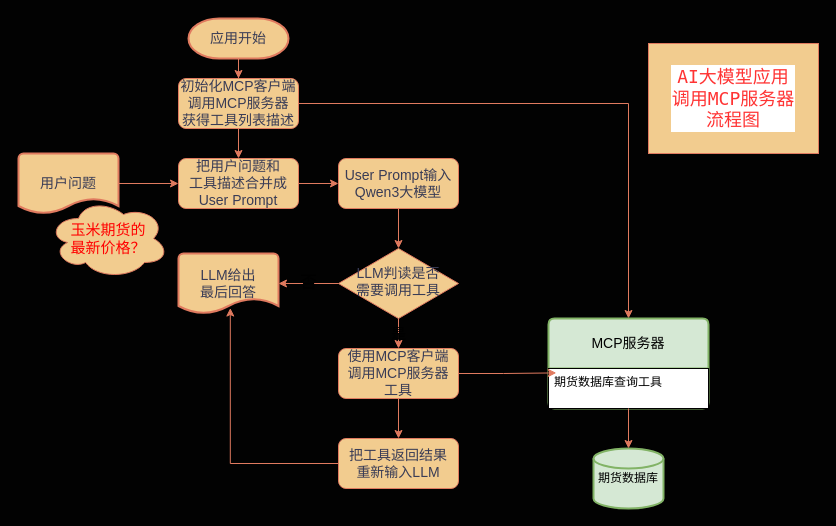
Before: MCP-LLM/未命名绘图.drawio in iniunet/Explore-MCP, a draw.io diagram. Source tidied: cells renumbered, new cells numbered last; positions are measured from the earlier drawing's top-left corner, leaving out a move shared by most shapes. Both pictures are drawn from the tidied source at 100%, with x=0, y=0 at pixel (18, 18).
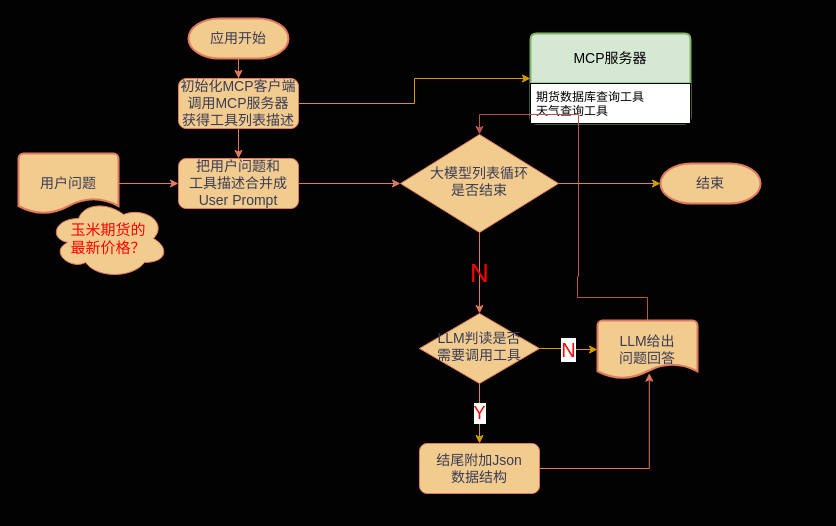
After the change.

Commit message:
更新未命名绘图.drawio

The change refers to these unchanged cells:
```xml
<mxCell id="4" value="&lt;font style=&quot;font-size: 14px;&quot;&gt;初始化MCP客户端&lt;/font&gt;&lt;div&gt;&lt;font style=&quot;font-size: 14px;&quot;&gt;调用MCP服务器&lt;/font&gt;&lt;/div&gt;&lt;div&gt;&lt;font style=&quot;font-size: 14px;&quot;&gt;获得工具列表描述&lt;/font&gt;&lt;/div&gt;" style="rounded=1;whiteSpace=wrap;html=1;fontSize=12;glass=0;strokeWidth=1;shadow=0;labelBackgroundColor=none;fillColor=#F2CC8F;strokeColor=#E07A5F;fontColor=#393C56;" parent="1" vertex="1">
  <mxGeometry x="160" y="60" width="120" height="50" as="geometry" />
</mxCell>
<mxCell id="10" value="&lt;span style=&quot;font-size: 14px;&quot;&gt;把用户问题和&lt;/span&gt;&lt;div&gt;&lt;span style=&quot;font-size: 14px;&quot;&gt;工具描述合并成&lt;/span&gt;&lt;/div&gt;&lt;div&gt;&lt;span style=&quot;font-size: 14px;&quot;&gt;User Prompt&lt;/span&gt;&lt;/div&gt;" style="rounded=1;whiteSpace=wrap;html=1;fontSize=12;glass=0;strokeWidth=1;shadow=0;labelBackgroundColor=none;fillColor=#F2CC8F;strokeColor=#E07A5F;fontColor=#393C56;" parent="1" vertex="1">
  <mxGeometry x="160" y="140" width="120" height="50" as="geometry" />
</mxCell>
```

Change to the diagram source:
```diff
@@
-    <mxCell id="3" style="edgeStyle=orthogonalEdgeStyle;rounded=0;jettySize=auto;html=1;entryX=0.5;entryY=0;entryDx=0;entryDy=0;strokeColor=#E07A5F;fontColor=#393C56;fillColor=#F2CC8F;" parent="1" edge="1" source="4" target="15">
+    <mxCell id="3" style="edgeStyle=orthogonalEdgeStyle;rounded=0;jettySize=auto;html=1;entryX=0;entryY=0.5;entryDx=0;entryDy=0;fillColor=#ffe6cc;strokeColor=#d79b00;" parent="1" edge="1" source="4" target="15">
       <mxGeometry relative="1" as="geometry" />
     </mxCell>
@@
-    <mxCell id="5" value="&lt;font style=&quot;font-size: 15px;&quot;&gt;是&lt;/font&gt;" style="edgeStyle=orthogonalEdgeStyle;rounded=0;jettySize=auto;html=1;labelBackgroundColor=none;strokeColor=#E07A5F;fontColor=default;" parent="1" edge="1" source="6" target="22">
-      <mxGeometry relative="1" as="geometry" />
-    </mxCell>
+    <mxCell id="28" value="&lt;font style=&quot;color: light-dark(rgb(245, 10, 10), rgb(237, 237, 237)); font-size: 18px;&quot;&gt;Y&lt;/font&gt;" style="edgeStyle=orthogonalEdgeStyle;rounded=0;jettySize=auto;html=1;entryX=0.5;entryY=0;entryDx=0;entryDy=0;fillColor=#ffe6cc;strokeColor=#d79b00;" parent="1" edge="1" source="6" target="24">
+      <mxGeometry relative="1" as="geometry" />
+    </mxCell>
     <mxCell id="6" value="LLM判读是否&lt;div&gt;需要调用工具&lt;/div&gt;" style="rhombus;whiteSpace=wrap;html=1;shadow=0;fontFamily=Helvetica;fontSize=14;align=center;strokeWidth=1;spacing=6;spacingTop=-4;labelBackgroundColor=none;fillColor=#F2CC8F;strokeColor=#E07A5F;fontColor=#393C56;" parent="1" vertex="1">
-      <mxGeometry x="320" y="230" width="120" height="70" as="geometry" />
+      <mxGeometry x="401" y="295" width="120" height="70" as="geometry" />
     </mxCell>
@@
-    <mxCell id="9" style="edgeStyle=orthogonalEdgeStyle;rounded=0;jettySize=auto;html=1;entryX=0;entryY=0.5;entryDx=0;entryDy=0;labelBackgroundColor=none;strokeColor=#E07A5F;fontColor=default;" parent="1" edge="1" source="10" target="12">
+    <mxCell id="9" style="edgeStyle=orthogonalEdgeStyle;rounded=0;jettySize=auto;html=1;entryX=0;entryY=0.5;entryDx=0;entryDy=0;labelBackgroundColor=none;strokeColor=#E07A5F;fontColor=default;" parent="1" edge="1" source="10" target="30">
       <mxGeometry relative="1" as="geometry" />
     </mxCell>
@@
-    <mxCell id="11" style="edgeStyle=orthogonalEdgeStyle;rounded=0;jettySize=auto;html=1;entryX=0.5;entryY=0;entryDx=0;entryDy=0;labelBackgroundColor=none;strokeColor=#E07A5F;fontColor=default;" parent="1" edge="1" source="12" target="6">
+    <mxCell id="11" value="&lt;font style=&quot;font-size: 26px; color: light-dark(rgb(255, 0, 0), rgb(237, 237, 237));&quot;&gt;N&lt;/font&gt;" style="edgeStyle=orthogonalEdgeStyle;rounded=0;jettySize=auto;html=1;entryX=0.5;entryY=0;entryDx=0;entryDy=0;labelBackgroundColor=none;strokeColor=#E07A5F;fontColor=default;exitX=0.5;exitY=1;exitDx=0;exitDy=0;" parent="1" edge="1" source="30" target="6">
       <mxGeometry relative="1" as="geometry" />
     </mxCell>
-    <mxCell id="12" value="&lt;span style=&quot;font-size: 14px;&quot;&gt;User Prompt输入&lt;/span&gt;&lt;div&gt;&lt;span style=&quot;font-size: 14px;&quot;&gt;Qwen3大模型&lt;/span&gt;&lt;/div&gt;" style="rounded=1;whiteSpace=wrap;html=1;fontSize=12;glass=0;strokeWidth=1;shadow=0;labelBackgroundColor=none;fillColor=#F2CC8F;strokeColor=#E07A5F;fontColor=#393C56;" parent="1" vertex="1">
-      <mxGeometry x="320" y="140" width="120" height="50" as="geometry" />
-    </mxCell>
@@
     <mxCell id="15" value="MCP服务器" style="swimlane;horizontal=1;startSize=50;rounded=1;fontSize=14;fontStyle=0;strokeWidth=2;shadow=0;dashed=0;align=center;arcSize=4;whiteSpace=wrap;html=1;labelBackgroundColor=none;fillColor=#d5e8d4;strokeColor=#82b366;" parent="1" vertex="1">
-      <mxGeometry x="530" y="300" width="160" height="90" as="geometry" />
+      <mxGeometry x="512" y="15" width="160" height="90" as="geometry" />
     </mxCell>
-    <mxCell id="16" value="&lt;span style=&quot;background-color: light-dark(#ffffff, var(--ge-dark-color, #121212));&quot;&gt;期货数据库查询工具&lt;/span&gt;&lt;div&gt;&lt;br&gt;&lt;/div&gt;" style="align=left;spacingLeft=4;spacingRight=4;fontSize=12;verticalAlign=top;html=1;whiteSpace=wrap;labelBackgroundColor=none;" parent="15" vertex="1">
+    <mxCell id="16" value="&lt;span style=&quot;background-color: light-dark(#ffffff, var(--ge-dark-color, #121212));&quot;&gt;期货数据库查询工具&lt;/span&gt;&lt;div&gt;天气查询工具&lt;/div&gt;" style="align=left;spacingLeft=4;spacingRight=4;fontSize=12;verticalAlign=top;html=1;whiteSpace=wrap;labelBackgroundColor=none;" parent="15" vertex="1">
       <mxGeometry y="50" width="160" height="40" as="geometry" />
     </mxCell>
-    <mxCell id="17" value="期货数据库" style="strokeWidth=2;html=1;shape=mxgraph.flowchart.database;whiteSpace=wrap;labelBackgroundColor=none;fillColor=#d5e8d4;strokeColor=#82b366;" parent="1" vertex="1">
-      <mxGeometry x="575" y="430" width="70" height="60" as="geometry" />
-    </mxCell>
-    <mxCell id="18" style="edgeStyle=orthogonalEdgeStyle;rounded=0;jettySize=auto;html=1;entryX=0.5;entryY=0;entryDx=0;entryDy=0;entryPerimeter=0;labelBackgroundColor=none;strokeColor=#E07A5F;fontColor=default;" parent="1" edge="1" source="16" target="17">
-      <mxGeometry relative="1" as="geometry" />
-    </mxCell>
+    <mxCell id="29" style="edgeStyle=orthogonalEdgeStyle;rounded=0;jettySize=auto;html=1;entryX=0.5;entryY=0;entryDx=0;entryDy=0;fillColor=#f8cecc;strokeColor=#b85450;" parent="1" edge="1" source="19" target="30">
+      <mxGeometry relative="1" as="geometry">
+        <Array as="points">
+          <mxPoint x="629" y="279" />
+          <mxPoint x="559" y="279" />
+          <mxPoint x="559" y="258" />
+          <mxPoint x="560" y="96" />
+          <mxPoint x="461" y="96" />
+        </Array>
+      </mxGeometry>
+    </mxCell>
-    <mxCell id="19" value="&lt;span style=&quot;font-size: 14px;&quot;&gt;LLM给出&lt;/span&gt;&lt;div&gt;&lt;span style=&quot;font-size: 14px;&quot;&gt;最后回答&lt;/span&gt;&lt;/div&gt;" style="strokeWidth=2;html=1;shape=mxgraph.flowchart.document2;whiteSpace=wrap;size=0.25;labelBackgroundColor=none;fillColor=#F2CC8F;strokeColor=#E07A5F;fontColor=#393C56;" parent="1" vertex="1">
-      <mxGeometry x="160" y="235" width="100" height="60" as="geometry" />
+    <mxCell id="19" value="&lt;span style=&quot;font-size: 14px;&quot;&gt;LLM给出&lt;/span&gt;&lt;div&gt;&lt;span style=&quot;font-size: 14px;&quot;&gt;问题回答&lt;/span&gt;&lt;/div&gt;" style="strokeWidth=2;html=1;shape=mxgraph.flowchart.document2;whiteSpace=wrap;size=0.25;labelBackgroundColor=none;fillColor=#F2CC8F;strokeColor=#E07A5F;fontColor=#393C56;" parent="1" vertex="1">
+      <mxGeometry x="579" y="302" width="100" height="58" as="geometry" />
     </mxCell>
-    <mxCell id="20" value="&lt;font style=&quot;font-size: 17px;&quot;&gt;否&lt;/font&gt;" style="edgeStyle=orthogonalEdgeStyle;rounded=0;jettySize=auto;html=1;entryX=1;entryY=0.5;entryDx=0;entryDy=0;entryPerimeter=0;labelBackgroundColor=none;strokeColor=#E07A5F;fontColor=default;" parent="1" edge="1" source="6" target="19">
-      <mxGeometry relative="1" as="geometry" />
-    </mxCell>
-    <mxCell id="21" style="edgeStyle=orthogonalEdgeStyle;rounded=0;jettySize=auto;html=1;entryX=0.5;entryY=0;entryDx=0;entryDy=0;labelBackgroundColor=none;strokeColor=#E07A5F;fontColor=default;" parent="1" edge="1" source="22" target="24">
-      <mxGeometry relative="1" as="geometry" />
-    </mxCell>
-    <mxCell id="22" value="&lt;span style=&quot;font-size: 14px;&quot;&gt;使用MCP客户端&lt;/span&gt;&lt;div&gt;&lt;span style=&quot;font-size: 14px;&quot;&gt;调用MCP服务器&lt;/span&gt;&lt;/div&gt;&lt;div&gt;&lt;span style=&quot;font-size: 14px;&quot;&gt;工具&lt;/span&gt;&lt;/div&gt;" style="rounded=1;whiteSpace=wrap;html=1;fontSize=12;glass=0;strokeWidth=1;shadow=0;labelBackgroundColor=none;fillColor=#F2CC8F;strokeColor=#E07A5F;fontColor=#393C56;" parent="1" vertex="1">
-      <mxGeometry x="320" y="330" width="120" height="50" as="geometry" />
-    </mxCell>
-    <mxCell id="23" style="edgeStyle=orthogonalEdgeStyle;rounded=0;jettySize=auto;html=1;entryX=0.049;entryY=0.11;entryDx=0;entryDy=0;entryPerimeter=0;labelBackgroundColor=none;strokeColor=#E07A5F;fontColor=default;" parent="1" edge="1" source="22" target="16">
-      <mxGeometry relative="1" as="geometry" />
-    </mxCell>
-    <mxCell id="24" value="&lt;span style=&quot;font-size: 14px;&quot;&gt;把工具返回结果&lt;/span&gt;&lt;div&gt;&lt;span style=&quot;font-size: 14px;&quot;&gt;重新输入LLM&lt;/span&gt;&lt;/div&gt;" style="rounded=1;whiteSpace=wrap;html=1;fontSize=12;glass=0;strokeWidth=1;shadow=0;labelBackgroundColor=none;fillColor=#F2CC8F;strokeColor=#E07A5F;fontColor=#393C56;" parent="1" vertex="1">
-      <mxGeometry x="320" y="420" width="120" height="50" as="geometry" />
+    <mxCell id="24" value="&lt;span style=&quot;font-size: 14px;&quot;&gt;结尾附加Json&lt;/span&gt;&lt;div&gt;&lt;span style=&quot;font-size: 14px;&quot;&gt;数据结构&lt;/span&gt;&lt;/div&gt;" style="rounded=1;whiteSpace=wrap;html=1;fontSize=12;glass=0;strokeWidth=1;shadow=0;labelBackgroundColor=none;fillColor=#F2CC8F;strokeColor=#E07A5F;fontColor=#393C56;" parent="1" vertex="1">
+      <mxGeometry x="401" y="425" width="120" height="50" as="geometry" />
     </mxCell>
@@
-    <mxCell id="26" value="AI大模型应用&lt;div&gt;调用MCP服务器&lt;div&gt;流程图&lt;/div&gt;&lt;/div&gt;" style="rounded=0;whiteSpace=wrap;html=1;fontColor=#FF3333;fontFamily=Lucida Console;fontSize=18;labelBorderColor=light-dark(#ffffff, #ededed);labelBackgroundColor=default;fillColor=#F2CC8F;strokeColor=#E07A5F;" parent="1" vertex="1">
-      <mxGeometry x="630" y="25" width="170" height="110" as="geometry" />
-    </mxCell>
@@
+    <mxCell id="30" value="大模型列表循环&lt;div&gt;是否结束&lt;/div&gt;" style="rhombus;whiteSpace=wrap;html=1;shadow=0;fontFamily=Helvetica;fontSize=14;align=center;strokeWidth=1;spacing=6;spacingTop=-4;labelBackgroundColor=none;fillColor=#F2CC8F;strokeColor=#E07A5F;fontColor=#393C56;" parent="1" vertex="1">
+      <mxGeometry x="382" y="116" width="158" height="98" as="geometry" />
+    </mxCell>
+    <mxCell id="31" value="&lt;span style=&quot;font-size: 14px;&quot;&gt;结束&lt;/span&gt;" style="strokeWidth=2;html=1;shape=mxgraph.flowchart.terminator;whiteSpace=wrap;labelBackgroundColor=none;fillColor=#F2CC8F;strokeColor=#E07A5F;fontColor=#393C56;" parent="1" vertex="1">
+      <mxGeometry x="642" y="145" width="100" height="40" as="geometry" />
+    </mxCell>
+    <mxCell id="32" style="edgeStyle=orthogonalEdgeStyle;rounded=0;jettySize=auto;html=1;entryX=0;entryY=0.5;entryDx=0;entryDy=0;entryPerimeter=0;fillColor=#ffe6cc;strokeColor=#d79b00;" parent="1" edge="1" source="30" target="31">
+      <mxGeometry relative="1" as="geometry" />
+    </mxCell>
+    <mxCell id="20" value="&lt;font style=&quot;color: light-dark(rgb(242, 13, 13), rgb(237, 237, 237)); font-size: 20px;&quot;&gt;N&lt;/font&gt;" style="edgeStyle=orthogonalEdgeStyle;rounded=0;jettySize=auto;html=1;entryX=0;entryY=0.5;entryDx=0;entryDy=0;entryPerimeter=0;fillColor=#ffe6cc;strokeColor=#d79b00;" parent="1" edge="1" source="6" target="19">
+      <mxGeometry relative="1" as="geometry" />
+    </mxCell>
```
